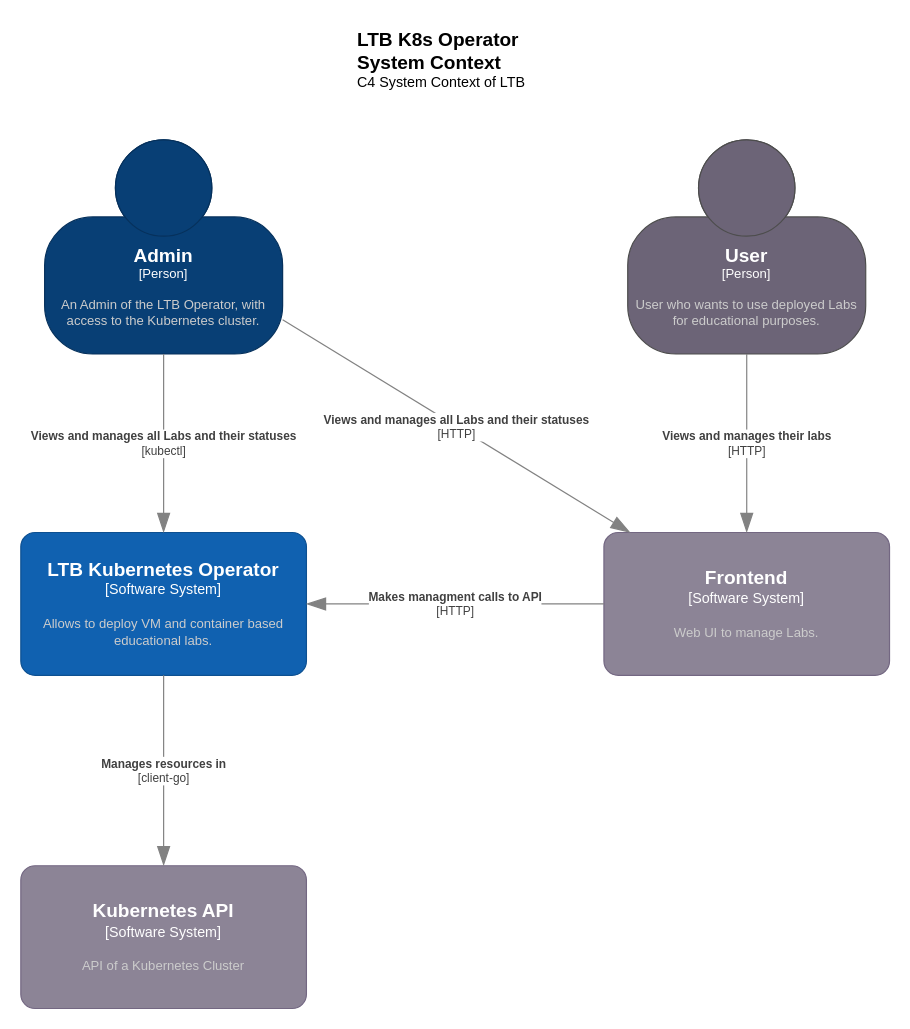
Before: page "Context" (1 of 3) of docs/assets/drawings/C4-Model.drawio in Lab-Topology-Builder/LTB-K8s-Backend, a draw.io diagram. Source tidied: cells renumbered, new cells numbered last; positions are measured from the earlier drawing's top-left corner, leaving out a move shared by most shapes. Both pictures are drawn from the tidied source at 119%, with x=0, y=0 at pixel (20, 20).
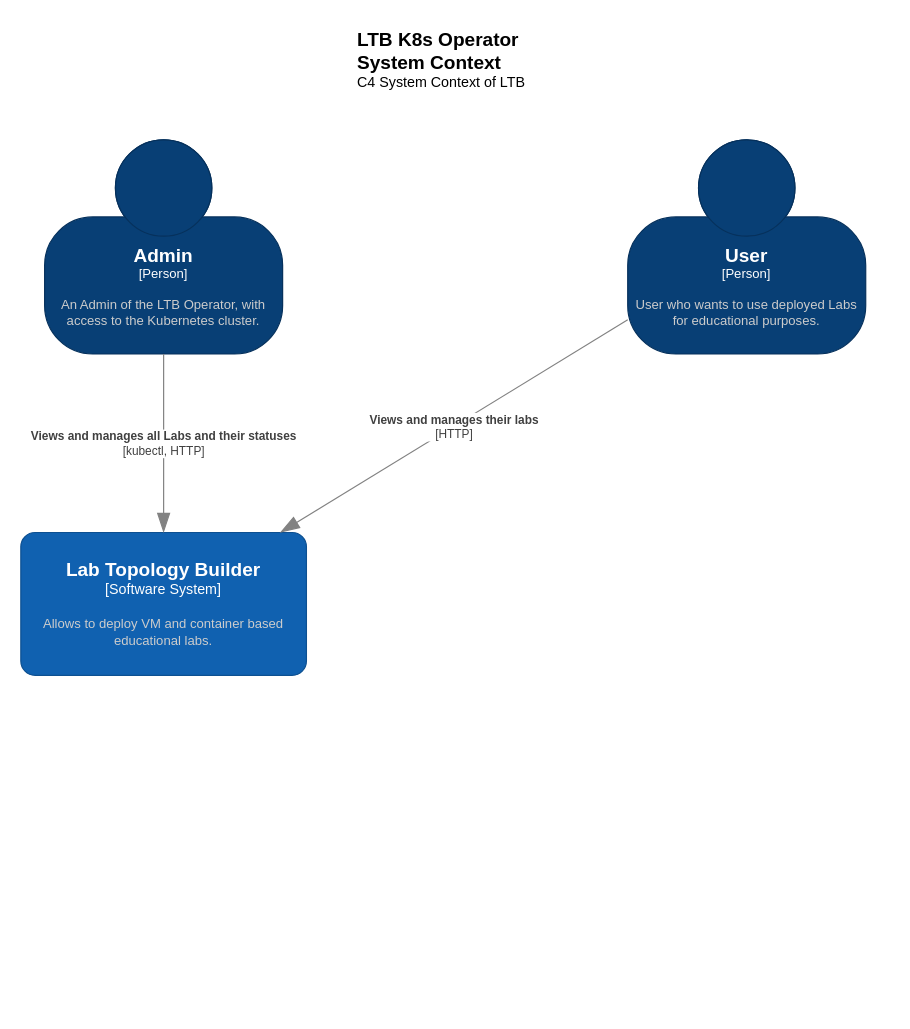
The same page after the edit.

Unchanged cells that the change refers to:
```xml
<object id="2" label="&lt;font style=&quot;font-size: 16px&quot;&gt;&lt;b&gt;%c4Name%&lt;/b&gt;&lt;/font&gt;&lt;div&gt;[%c4Type%]&lt;/div&gt;&lt;br&gt;&lt;div&gt;&lt;font style=&quot;font-size: 11px&quot;&gt;&lt;font color=&quot;#cccccc&quot;&gt;%c4Description%&lt;/font&gt;&lt;/div&gt;" c4Description="An Admin of the LTB Operator, with access to the Kubernetes cluster." c4Name="Admin" c4Type="Person" placeholders="1">
  <mxCell style="html=1;fontSize=11;dashed=0;whiteSpace=wrap;fillColor=#083F75;strokeColor=#06315C;fontColor=#ffffff;shape=mxgraph.c4.person2;align=center;points=[[0.5,0,0],[1,0.5,0],[1,0.75,0],[0.75,1,0],[0.5,1,0],[0.25,1,0],[0,0.75,0],[0,0.5,0]];" parent="1" vertex="1">
    <mxGeometry x="20" y="100" width="200" height="180" as="geometry" />
  </mxCell>
</object>
```

What changed in the source:
```diff
@@
-    <object id="3" label="&lt;font style=&quot;font-size: 16px&quot;&gt;&lt;b&gt;%c4Name%&lt;/b&gt;&lt;/font&gt;&lt;div&gt;[%c4Type%]&lt;/div&gt;&lt;br&gt;&lt;div&gt;&lt;font style=&quot;font-size: 11px&quot;&gt;&lt;font color=&quot;#cccccc&quot;&gt;%c4Description%&lt;/font&gt;&lt;/div&gt;" c4Description="Allows to deploy VM and container based educational labs." c4Name="LTB Kubernetes Operator" c4Type="Software System" placeholders="1">
+    <object id="3" label="&lt;font style=&quot;font-size: 16px&quot;&gt;&lt;b&gt;%c4Name%&lt;/b&gt;&lt;/font&gt;&lt;div&gt;[%c4Type%]&lt;/div&gt;&lt;br&gt;&lt;div&gt;&lt;font style=&quot;font-size: 11px&quot;&gt;&lt;font color=&quot;#cccccc&quot;&gt;%c4Description%&lt;/font&gt;&lt;/div&gt;" c4Description="Allows to deploy VM and container based educational labs." c4Name="Lab Topology Builder" c4Type="Software System" placeholders="1">
       <mxCell style="rounded=1;whiteSpace=wrap;html=1;labelBackgroundColor=none;fillColor=#1061B0;fontColor=#ffffff;align=center;arcSize=10;strokeColor=#0D5091;points=[[0.25,0,0],[0.5,0,0],[0.75,0,0],[1,0.25,0],[1,0.5,0],[1,0.75,0],[0.75,1,0],[0.5,1,0],[0.25,1,0],[0,0.75,0],[0,0.5,0],[0,0.25,0]];" parent="1" vertex="1">
         <mxGeometry y="430" width="240" height="120" as="geometry" />
       </mxCell>
     </object>
-    <object id="4" label="&lt;font style=&quot;font-size: 16px&quot;&gt;&lt;b&gt;%c4Name%&lt;/b&gt;&lt;/font&gt;&lt;div&gt;[%c4Type%]&lt;/div&gt;&lt;br&gt;&lt;div&gt;&lt;font style=&quot;font-size: 11px&quot;&gt;&lt;font color=&quot;#cccccc&quot;&gt;%c4Description%&lt;/font&gt;&lt;/div&gt;" c4Description="Web UI to manage Labs." c4Name="Frontend" c4Type="Software System" placeholders="1">
-      <mxCell style="rounded=1;whiteSpace=wrap;html=1;labelBackgroundColor=none;fillColor=#8C8496;fontColor=#ffffff;align=center;arcSize=10;strokeColor=#736782;points=[[0.25,0,0],[0.5,0,0],[0.75,0,0],[1,0.25,0],[1,0.5,0],[1,0.75,0],[0.75,1,0],[0.5,1,0],[0.25,1,0],[0,0.75,0],[0,0.5,0],[0,0.25,0]];" parent="1" vertex="1">
-        <mxGeometry x="490" y="430" width="240" height="120" as="geometry" />
-      </mxCell>
-    </object>
@@
-    <object id="6" label="&lt;div style=&quot;text-align: left&quot;&gt;&lt;div style=&quot;text-align: center&quot;&gt;&lt;b&gt;%c4Description%&lt;/b&gt;&lt;/div&gt;&lt;div style=&quot;text-align: center&quot;&gt;[%c4Technology%]&lt;/div&gt;&lt;/div&gt;" c4Description="Makes managment calls to API" c4Technology="HTTP" placeholders="1">
-      <mxCell style="endArrow=blockThin;html=1;fontSize=10;fontColor=#404040;strokeWidth=1;endFill=1;strokeColor=#828282;elbow=vertical;endSize=14;startSize=14;jumpStyle=arc;jumpSize=16;rounded=0;edgeStyle=orthogonalEdgeStyle;" parent="1" edge="1" source="4" target="3">
-        <mxGeometry relative="1" as="geometry" />
-      </mxCell>
-    </object>
     <object id="7" label="&lt;font style=&quot;font-size: 16px&quot;&gt;&lt;b&gt;%c4Name%&lt;/b&gt;&lt;/font&gt;&lt;div&gt;[%c4Type%]&lt;/div&gt;&lt;br&gt;&lt;div&gt;&lt;font style=&quot;font-size: 11px&quot;&gt;&lt;font color=&quot;#cccccc&quot;&gt;%c4Description%&lt;/font&gt;&lt;/div&gt;" c4Description="User who wants to use deployed Labs for educational purposes." c4Name="User" c4Type="Person" placeholders="1">
-      <mxCell style="html=1;fontSize=11;dashed=0;whiteSpace=wrap;fillColor=#6C6477;strokeColor=#4D4D4D;fontColor=#ffffff;shape=mxgraph.c4.person2;align=center;points=[[0.5,0,0],[1,0.5,0],[1,0.75,0],[0.75,1,0],[0.5,1,0],[0.25,1,0],[0,0.75,0],[0,0.5,0]];" parent="1" vertex="1">
+      <mxCell style="html=1;fontSize=11;dashed=0;whiteSpace=wrap;fillColor=#083f75;strokeColor=#06315c;fontColor=#ffffff;shape=mxgraph.c4.person2;align=center;points=[[0.5,0,0],[1,0.5,0],[1,0.75,0],[0.75,1,0],[0.5,1,0],[0.25,1,0],[0,0.75,0],[0,0.5,0]];" parent="1" vertex="1">
         <mxGeometry x="510" y="100" width="200" height="180" as="geometry" />
       </mxCell>
     </object>
-    <object id="8" label="&lt;div style=&quot;text-align: left&quot;&gt;&lt;div style=&quot;text-align: center&quot;&gt;&lt;b&gt;%c4Description%&lt;/b&gt;&lt;/div&gt;&lt;div style=&quot;text-align: center&quot;&gt;[%c4Technology%]&lt;/div&gt;&lt;/div&gt;" c4Description="Views and manages all Labs and their statuses" c4Technology="kubectl" placeholders="1">
+    <object id="8" label="&lt;div style=&quot;text-align: left&quot;&gt;&lt;div style=&quot;text-align: center&quot;&gt;&lt;b&gt;%c4Description%&lt;/b&gt;&lt;/div&gt;&lt;div style=&quot;text-align: center&quot;&gt;[%c4Technology%]&lt;/div&gt;&lt;/div&gt;" c4Description="Views and manages all Labs and their statuses" c4Technology="kubectl, HTTP" placeholders="1">
       <mxCell style="endArrow=blockThin;html=1;fontSize=10;fontColor=#404040;strokeWidth=1;endFill=1;strokeColor=#828282;elbow=vertical;endSize=14;startSize=14;jumpStyle=arc;jumpSize=16;rounded=0;edgeStyle=orthogonalEdgeStyle;" parent="1" edge="1" source="2" target="3">
         <mxGeometry relative="1" as="geometry" />
       </mxCell>
     </object>
     <object id="9" label="&lt;div style=&quot;text-align: left&quot;&gt;&lt;div style=&quot;text-align: center&quot;&gt;&lt;b&gt;%c4Description%&lt;/b&gt;&lt;/div&gt;&lt;div style=&quot;text-align: center&quot;&gt;[%c4Technology%]&lt;/div&gt;&lt;/div&gt;" c4Description="Views and manages their labs" c4Technology="HTTP" placeholders="1">
-      <mxCell style="endArrow=blockThin;html=1;fontSize=10;fontColor=#404040;strokeWidth=1;endFill=1;strokeColor=#828282;elbow=vertical;endSize=14;startSize=14;jumpStyle=arc;jumpSize=16;rounded=0;edgeStyle=orthogonalEdgeStyle;" parent="1" edge="1" source="7" target="4">
+      <mxCell style="endArrow=blockThin;html=1;fontSize=10;fontColor=#404040;strokeWidth=1;endFill=1;strokeColor=#828282;elbow=vertical;endSize=14;startSize=14;jumpStyle=arc;jumpSize=16;rounded=0;" parent="1" edge="1" source="7" target="3">
         <mxGeometry relative="1" as="geometry" />
       </mxCell>
     </object>
-    <object id="10" label="&lt;div style=&quot;text-align: left&quot;&gt;&lt;div style=&quot;text-align: center&quot;&gt;&lt;b&gt;%c4Description%&lt;/b&gt;&lt;/div&gt;&lt;div style=&quot;text-align: center&quot;&gt;[%c4Technology%]&lt;/div&gt;&lt;/div&gt;" c4Description="Views and manages all Labs and their statuses" c4Technology="HTTP" placeholders="1">
-      <mxCell style="endArrow=blockThin;html=1;fontSize=10;fontColor=#404040;strokeWidth=1;endFill=1;strokeColor=#828282;elbow=vertical;endSize=14;startSize=14;jumpStyle=arc;jumpSize=16;rounded=0;" parent="1" edge="1" source="2" target="4">
-        <mxGeometry relative="1" as="geometry" />
-      </mxCell>
-    </object>
-    <object id="11" label="&lt;font style=&quot;font-size: 16px&quot;&gt;&lt;b&gt;%c4Name%&lt;/b&gt;&lt;/font&gt;&lt;div&gt;[%c4Type%]&lt;/div&gt;&lt;br&gt;&lt;div&gt;&lt;font style=&quot;font-size: 11px&quot;&gt;&lt;font color=&quot;#cccccc&quot;&gt;%c4Description%&lt;/font&gt;&lt;/div&gt;" c4Description="API of a Kubernetes Cluster" c4Name="Kubernetes API" c4Type="Software System" placeholders="1">
-      <mxCell style="rounded=1;whiteSpace=wrap;html=1;labelBackgroundColor=none;fillColor=#8C8496;fontColor=#ffffff;align=center;arcSize=10;strokeColor=#736782;points=[[0.25,0,0],[0.5,0,0],[0.75,0,0],[1,0.25,0],[1,0.5,0],[1,0.75,0],[0.75,1,0],[0.5,1,0],[0.25,1,0],[0,0.75,0],[0,0.5,0],[0,0.25,0]];" parent="1" vertex="1">
-        <mxGeometry y="710" width="240" height="120" as="geometry" />
-      </mxCell>
-    </object>
-    <object id="12" label="&lt;div style=&quot;text-align: left&quot;&gt;&lt;div style=&quot;text-align: center&quot;&gt;&lt;b&gt;%c4Description%&lt;/b&gt;&lt;/div&gt;&lt;div style=&quot;text-align: center&quot;&gt;[%c4Technology%]&lt;/div&gt;&lt;/div&gt;" c4Description="Manages resources in" c4Technology="client-go" placeholders="1">
-      <mxCell style="endArrow=blockThin;html=1;fontSize=10;fontColor=#404040;strokeWidth=1;endFill=1;strokeColor=#828282;elbow=vertical;endSize=14;startSize=14;jumpStyle=arc;jumpSize=16;rounded=0;edgeStyle=orthogonalEdgeStyle;" parent="1" edge="1" source="3" target="11">
-        <mxGeometry relative="1" as="geometry" />
-      </mxCell>
-    </object>
```
